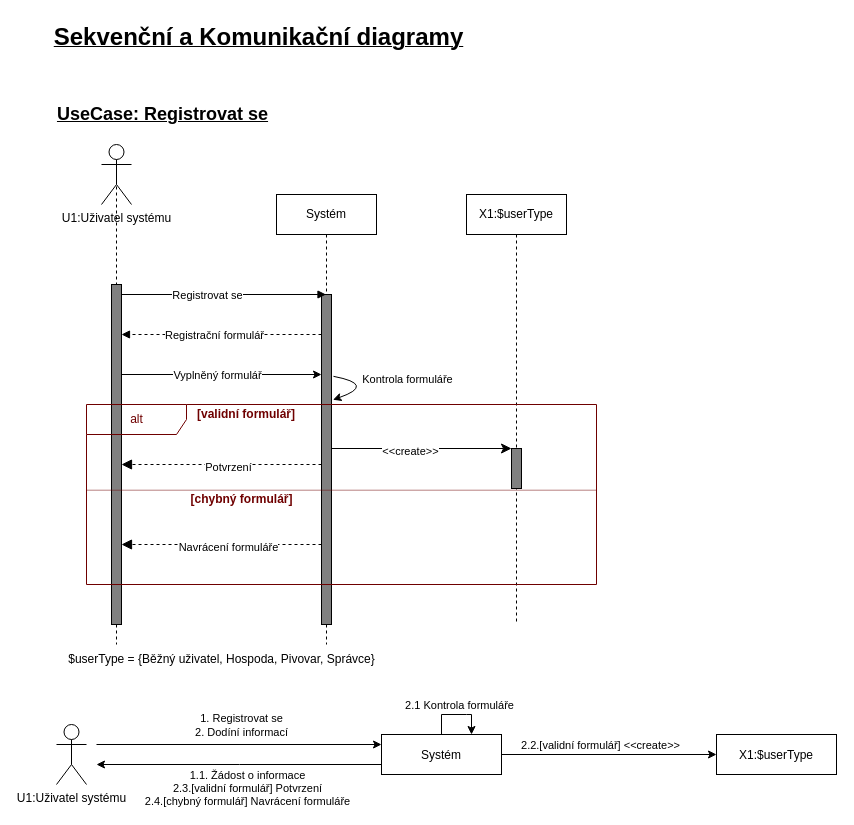
Before: page "Regidter" (1 of 12) of IUS/IUS_projekt/Sequence.drawio in dan1235689/Diagrams, a draw.io diagram. Source tidied: cells renumbered, new cells numbered last; positions are measured from the earlier drawing's top-left corner, leaving out a move shared by most shapes. Both pictures are drawn from the tidied source at 100%, with x=0, y=0 at pixel (42, 17).
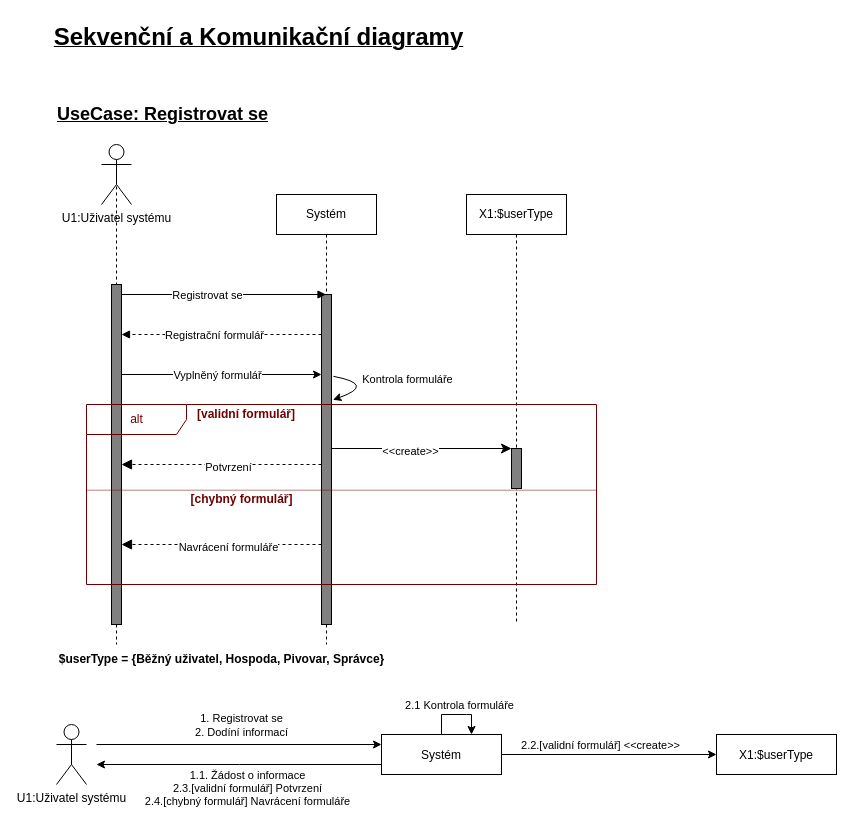
The same diagram, later.

Diff of the diagram source:
```diff
@@
-    <mxCell id="41" value="$userType = {Běžný uživatel, Hospoda, Pivovar, Správce}" style="text;html=1;align=center;verticalAlign=middle;strokeColor=none;fillColor=none;" parent="1" vertex="1">
-      <mxGeometry x="14" y="627" width="330" height="30" as="geometry" />
+    <mxCell id="41" value="&lt;b&gt;$userType = {Běžný uživatel, Hospoda, Pivovar, Správce}&lt;/b&gt;" style="text;html=1;align=center;verticalAlign=middle;strokeColor=none;fillColor=none;" parent="1" vertex="1">
+      <mxGeometry x="-1" y="627" width="360" height="30" as="geometry" />
     </mxCell>
```
